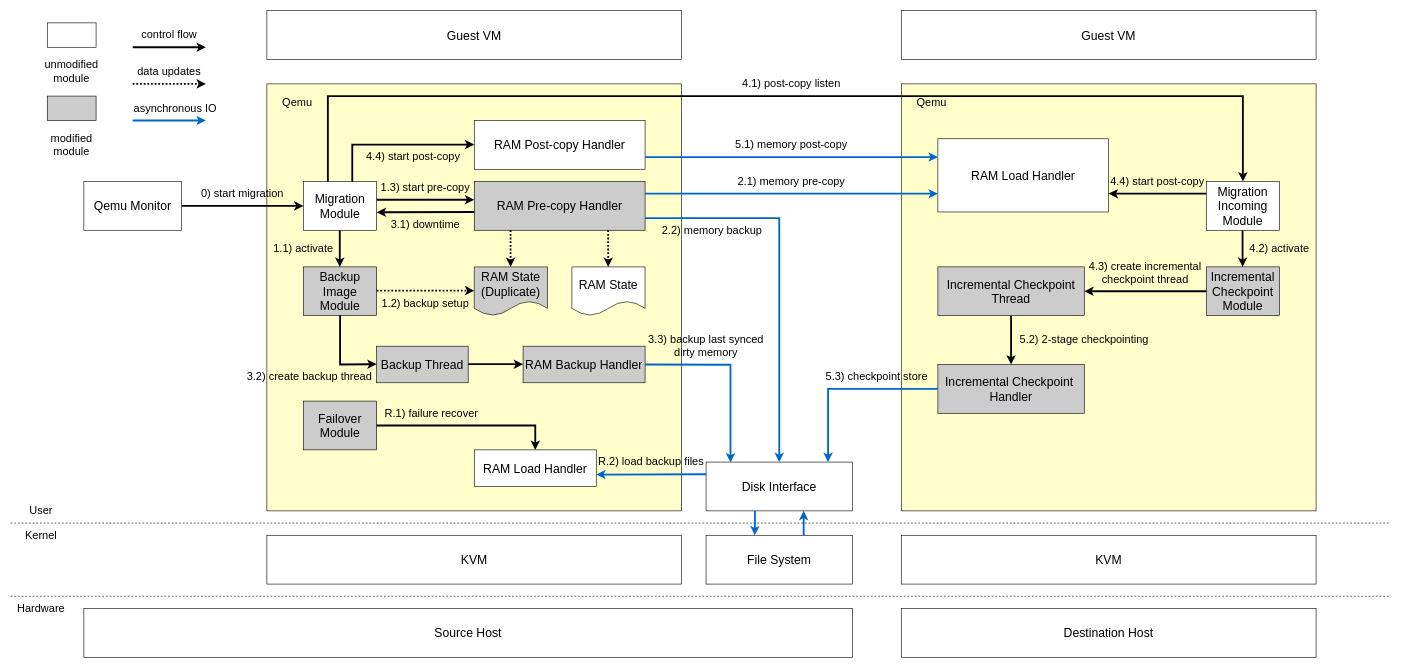
This is final/architecture 2.drawio from xuyizhe1999/drawio, a draw.io file, before an edit. Source tidied: cells renumbered, new cells numbered last; positions are measured from the earlier drawing's top-left corner, leaving out a move shared by most shapes. Both pictures are drawn from the tidied source at 61%, with x=0, y=0 at pixel (10, 10).
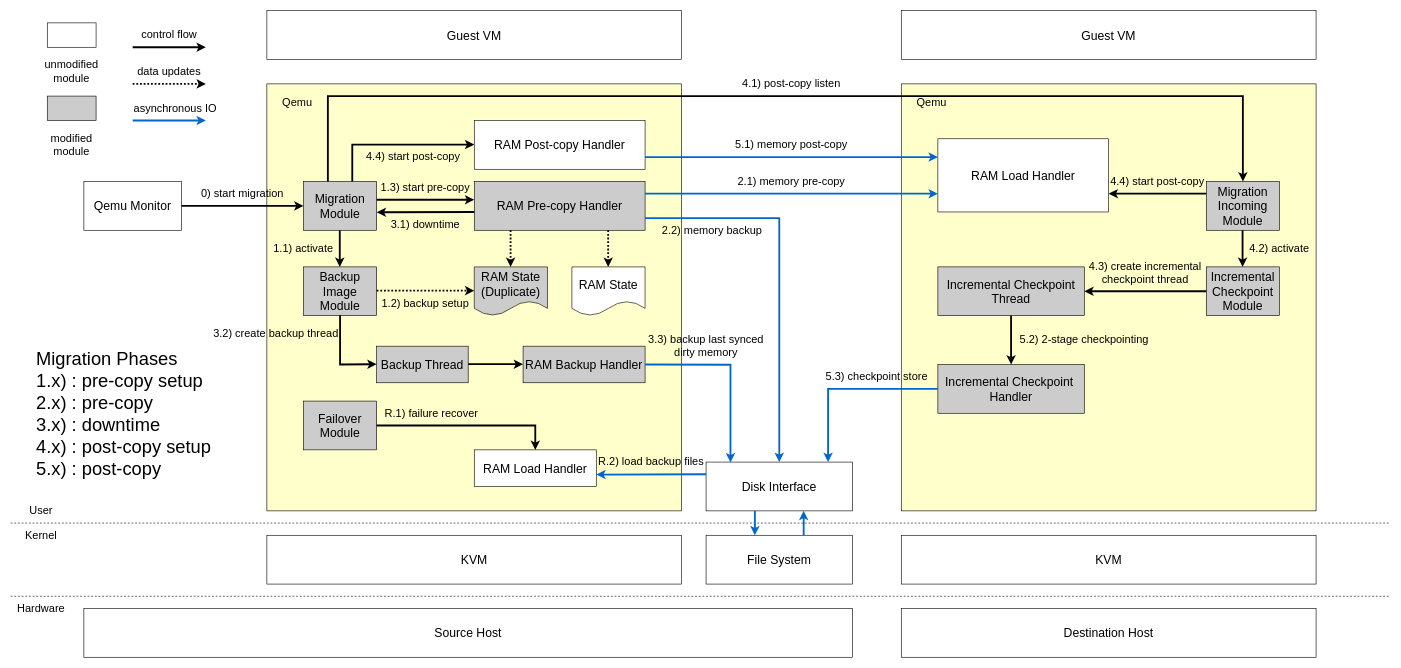
The same page after the edit.

Diff of the diagram source:
```diff
@@
-    <mxCell id="6" value="&lt;font style=&quot;font-size: 20px;&quot;&gt;Migration&lt;br style=&quot;font-size: 20px;&quot;&gt;Module&lt;/font&gt;" style="rounded=0;whiteSpace=wrap;html=1;fontSize=20;" parent="1" vertex="1">
+    <mxCell id="6" value="&lt;font style=&quot;font-size: 20px;&quot;&gt;Migration&lt;br style=&quot;font-size: 20px;&quot;&gt;Module&lt;/font&gt;" style="rounded=0;whiteSpace=wrap;html=1;fontSize=20;fillColor=#CCCCCC;" parent="1" vertex="1">
       <mxGeometry x="480" y="280" width="120" height="80" as="geometry" />
     </mxCell>
@@
     <mxCell id="30" value="&lt;font style=&quot;font-size: 18px;&quot;&gt;3.2) create backup thread&lt;/font&gt;" style="text;html=1;strokeColor=none;fillColor=none;align=center;verticalAlign=middle;whiteSpace=wrap;rounded=0;" parent="1" vertex="1">
-      <mxGeometry x="380" y="580" width="220" height="40" as="geometry" />
+      <mxGeometry x="325" y="510" width="220" height="40" as="geometry" />
     </mxCell>
@@
-    <mxCell id="58" value="&lt;font style=&quot;font-size: 20px;&quot;&gt;Migration Incoming&lt;br style=&quot;font-size: 20px;&quot;&gt;Module&lt;/font&gt;" style="rounded=0;whiteSpace=wrap;html=1;fontSize=20;" parent="1" vertex="1">
+    <mxCell id="58" value="&lt;font style=&quot;font-size: 20px;&quot;&gt;Migration Incoming&lt;br style=&quot;font-size: 20px;&quot;&gt;Module&lt;/font&gt;" style="rounded=0;whiteSpace=wrap;html=1;fontSize=20;fillColor=#CCCCCC;" parent="1" vertex="1">
       <mxGeometry x="1960" y="280" width="120" height="80" as="geometry" />
     </mxCell>
@@
+    <mxCell id="88" value="&lt;font style=&quot;font-size: 30px;&quot;&gt;Migration Phases&lt;br&gt;1.x) : pre-copy setup&lt;br&gt;2.x) : pre-copy&lt;br&gt;3.x) : downtime&lt;br&gt;4.x) : post-copy setup&lt;br&gt;5.x) : post-copy&amp;nbsp;&lt;/font&gt;" style="text;html=1;strokeColor=none;fillColor=none;align=left;verticalAlign=middle;whiteSpace=wrap;rounded=0;" parent="1" vertex="1">
+      <mxGeometry x="40" y="540" width="300" height="240" as="geometry" />
+    </mxCell>
```
